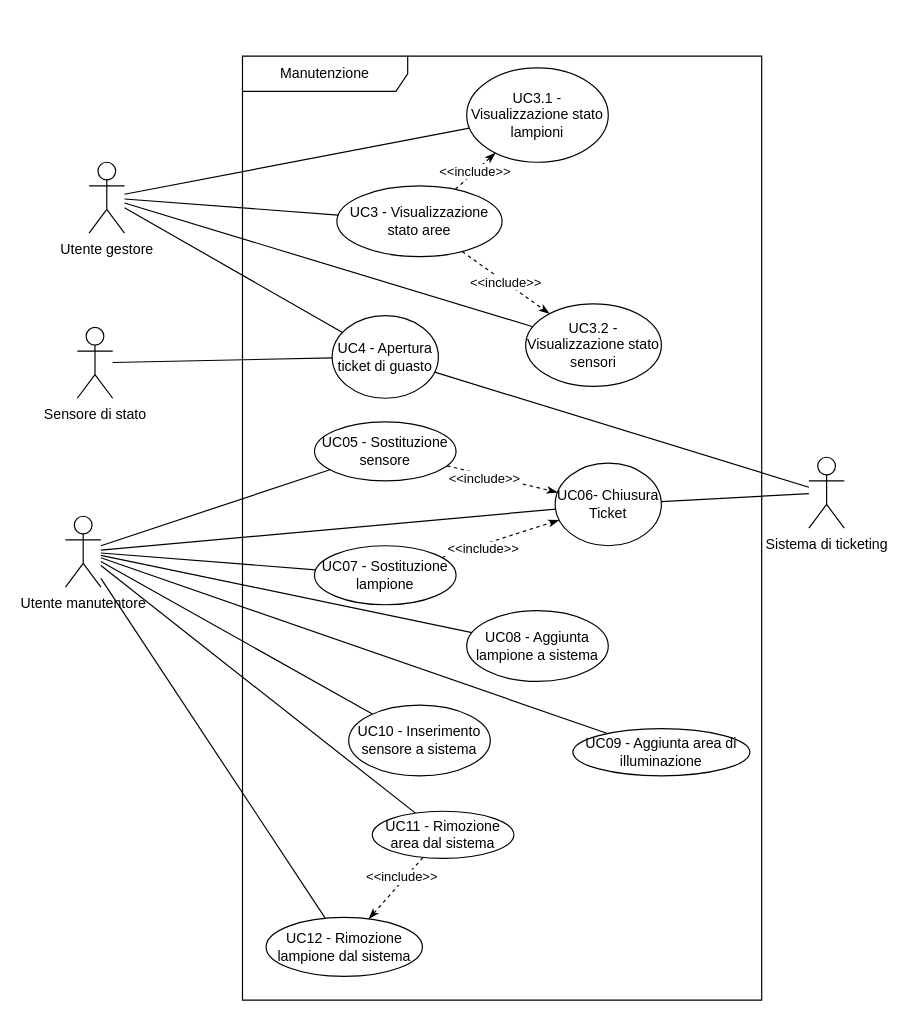
This is page "Maintenance_system" (3 of 5) of casi_uso_grafici.drawio from SWEasabi/analisi-dei-requisiti, a draw.io file, before an edit. Source tidied: cells renumbered, new cells numbered last; positions are measured from the earlier drawing's top-left corner, leaving out a move shared by most shapes. Both pictures are drawn from the tidied source at 118%, with x=0, y=0 at pixel (65, 55).
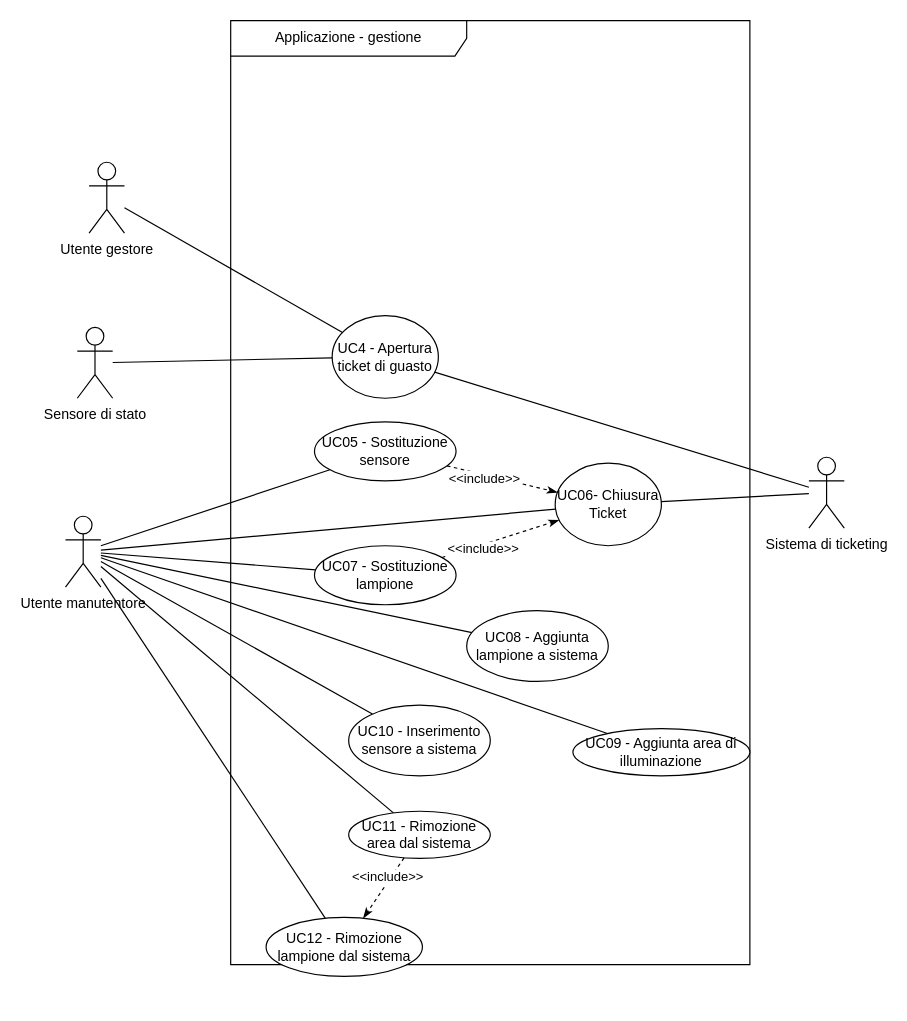
After the change.

Commit message:
Rivisti una parte degli UC

Unchanged cells that the change refers to:
```xml
<mxCell id="14" value="Utente gestore" style="shape=umlActor;verticalLabelPosition=bottom;verticalAlign=top;html=1;outlineConnect=0;gradientColor=none;" parent="1" vertex="1">
  <mxGeometry x="20" y="90" width="30" height="60" as="geometry" />
</mxCell>
```

Diff of the diagram source:
```diff
@@
-    <mxCell id="2" value="Manutenzione" style="shape=umlFrame;whiteSpace=wrap;html=1;width=140;height=30;" parent="1" vertex="1">
-      <mxGeometry x="150" width="440" height="800" as="geometry" />
+    <mxCell id="2" value="Applicazione - gestione" style="shape=umlFrame;whiteSpace=wrap;html=1;width=200;height=30;" parent="1" vertex="1">
+      <mxGeometry x="140" y="-30" width="440" height="800" as="geometry" />
     </mxCell>
@@
-    <mxCell id="13" style="edgeStyle=none;rounded=0;jumpStyle=none;jumpSize=15;jettySize=auto;html=1;endArrow=none;endFill=0;" parent="1" edge="1" source="14" target="20">
-      <mxGeometry relative="1" as="geometry" />
-    </mxCell>
@@
-    <mxCell id="17" value="&amp;lt;&amp;lt;include&amp;gt;&amp;gt;" style="edgeStyle=none;rounded=0;sketch=0;jettySize=auto;html=1;shadow=0;dashed=1;startArrow=none;startFill=0;endArrow=classicThin;endFill=1;startSize=6;endSize=6;sourcePerimeterSpacing=0;targetPerimeterSpacing=0;" parent="1" edge="1" source="18" target="20">
-      <mxGeometry relative="1" as="geometry" />
-    </mxCell>
-    <mxCell id="18" value="UC3 - Visualizzazione stato aree" style="ellipse;whiteSpace=wrap;html=1;" parent="1" vertex="1">
-      <mxGeometry x="230" y="110" width="140" height="60" as="geometry" />
-    </mxCell>
@@
-    <mxCell id="20" value="UC3.2&amp;nbsp;- Visualizzazione stato sensori" style="ellipse;whiteSpace=wrap;html=1;" parent="1" vertex="1">
-      <mxGeometry x="390" y="210" width="115" height="70" as="geometry" />
-    </mxCell>
-    <mxCell id="21" value="UC3.1 - Visualizzazione stato lampioni" style="ellipse;whiteSpace=wrap;html=1;" parent="1" vertex="1">
-      <mxGeometry x="340" y="10" width="120" height="80" as="geometry" />
-    </mxCell>
@@
-    <mxCell id="24" value="&amp;lt;&amp;lt;include&amp;gt;&amp;gt;" style="edgeStyle=none;rounded=0;sketch=0;jettySize=auto;html=1;shadow=0;dashed=1;startArrow=none;startFill=0;endArrow=classicThin;endFill=1;startSize=6;endSize=6;sourcePerimeterSpacing=0;targetPerimeterSpacing=0;" parent="1" edge="1" source="18" target="21">
-      <mxGeometry relative="1" as="geometry" />
-    </mxCell>
@@
     <mxCell id="27" value="UC11 - Rimozione area dal sistema" style="ellipse;whiteSpace=wrap;html=1;" parent="1" vertex="1">
-      <mxGeometry x="260" y="640" width="120" height="40" as="geometry" />
+      <mxGeometry x="240" y="640" width="120" height="40" as="geometry" />
     </mxCell>
@@
-    <mxCell id="31" style="edgeStyle=none;rounded=0;jumpStyle=none;jumpSize=15;jettySize=auto;html=1;endArrow=none;endFill=0;" parent="1" edge="1" source="14" target="21">
-      <mxGeometry relative="1" as="geometry" />
-    </mxCell>
-    <mxCell id="32" style="edgeStyle=none;rounded=0;jumpStyle=none;jumpSize=15;jettySize=auto;html=1;endArrow=none;endFill=0;" parent="1" edge="1" source="14" target="18">
-      <mxGeometry relative="1" as="geometry" />
-    </mxCell>
```
